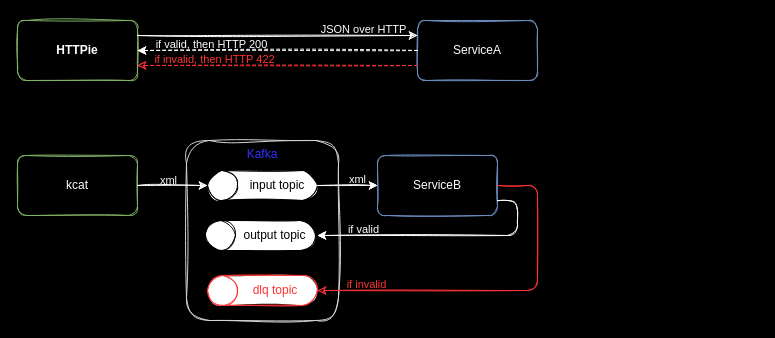
Earlier version of the draw.io diagram page "dark" (2 of 2) of .img/SchemaRegistryDemo.drawio (stn1slv/meetup-schema-registry). Source tidied: cells renumbered, new cells numbered last; positions are measured from the earlier drawing's top-left corner, leaving out a move shared by most shapes. Both pictures are drawn from the tidied source at 100%, with x=0, y=0 at pixel (17, 20).
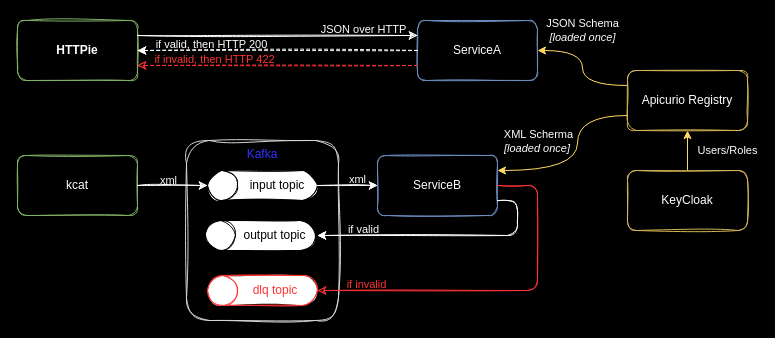
Above is the later version.

The change refers to these unchanged cells:
```xml
<mxCell id="3" value="ServiceA" style="rounded=1;whiteSpace=wrap;html=1;sketch=1;fillColor=none;strokeColor=#6c8ebf;fontColor=#FFFFFF;shadow=0;" parent="1" vertex="1">
  <mxGeometry x="400" width="120" height="60" as="geometry" />
</mxCell>
<mxCell id="5" value="ServiceB" style="rounded=1;whiteSpace=wrap;html=1;sketch=1;fillColor=none;strokeColor=#6c8ebf;fontColor=#FFFFFF;" parent="1" vertex="1">
  <mxGeometry x="360" y="135" width="120" height="60" as="geometry" />
</mxCell>
```

Change to the diagram source:
```diff
@@
+    <mxCell id="28" value="Users/Roles" style="edgeStyle=orthogonalEdgeStyle;rounded=0;jettySize=auto;html=1;entryX=0.5;entryY=0;entryDx=0;entryDy=0;strokeColor=#FFD966;endArrow=none;endFill=0;startArrow=classic;startFill=1;labelBackgroundColor=none;fontColor=#ffffff;" parent="1" edge="1" source="32" target="33">
+      <mxGeometry y="40" relative="1" as="geometry" />
+    </mxCell>
+    <mxCell id="29" style="edgeStyle=orthogonalEdgeStyle;rounded=0;jettySize=auto;html=1;entryX=1;entryY=0.25;entryDx=0;entryDy=0;strokeColor=#FFD966;curved=1;exitX=0;exitY=0.75;exitDx=0;exitDy=0;" parent="1" edge="1" source="32" target="5">
+      <mxGeometry relative="1" as="geometry">
+        <Array as="points">
+          <mxPoint x="560" y="95" />
+          <mxPoint x="560" y="150" />
+        </Array>
+      </mxGeometry>
+    </mxCell>
+    <mxCell id="30" value="XML Scherma&lt;br&gt;&lt;i&gt;[loaded once]&lt;/i&gt;&amp;nbsp;" style="edgeLabel;html=1;align=center;verticalAlign=middle;fontColor=#FFFFFF;labelBackgroundColor=none;" parent="29" vertex="1">
+      <mxGeometry x="-0.2" y="8" relative="1" as="geometry">
+        <mxPoint x="-48" y="1" as="offset" />
+      </mxGeometry>
+    </mxCell>
+    <mxCell id="31" value="JSON Schema&lt;br&gt;&lt;i&gt;[loaded once]&lt;/i&gt;" style="edgeStyle=orthogonalEdgeStyle;rounded=0;jettySize=auto;html=1;entryX=1;entryY=0.5;entryDx=0;entryDy=0;strokeColor=#FFD966;curved=1;exitX=0;exitY=0.25;exitDx=0;exitDy=0;fontColor=#ffffff;labelBackgroundColor=none;" parent="1" edge="1" source="32" target="3">
+      <mxGeometry x="0.28" y="-20" relative="1" as="geometry" />
+    </mxCell>
+    <mxCell id="32" value="Apicurio Registry" style="rounded=1;whiteSpace=wrap;html=1;sketch=1;fillColor=none;strokeColor=#d6b656;fontColor=#FFFFFF;" parent="1" vertex="1">
+      <mxGeometry x="610" y="50" width="120" height="60" as="geometry" />
+    </mxCell>
+    <mxCell id="33" value="KeyCloak" style="rounded=1;whiteSpace=wrap;html=1;sketch=1;fillColor=none;strokeColor=#d6b656;fontColor=#FFFFFF;" parent="1" vertex="1">
+      <mxGeometry x="610" y="150" width="120" height="60" as="geometry" />
+    </mxCell>
```
